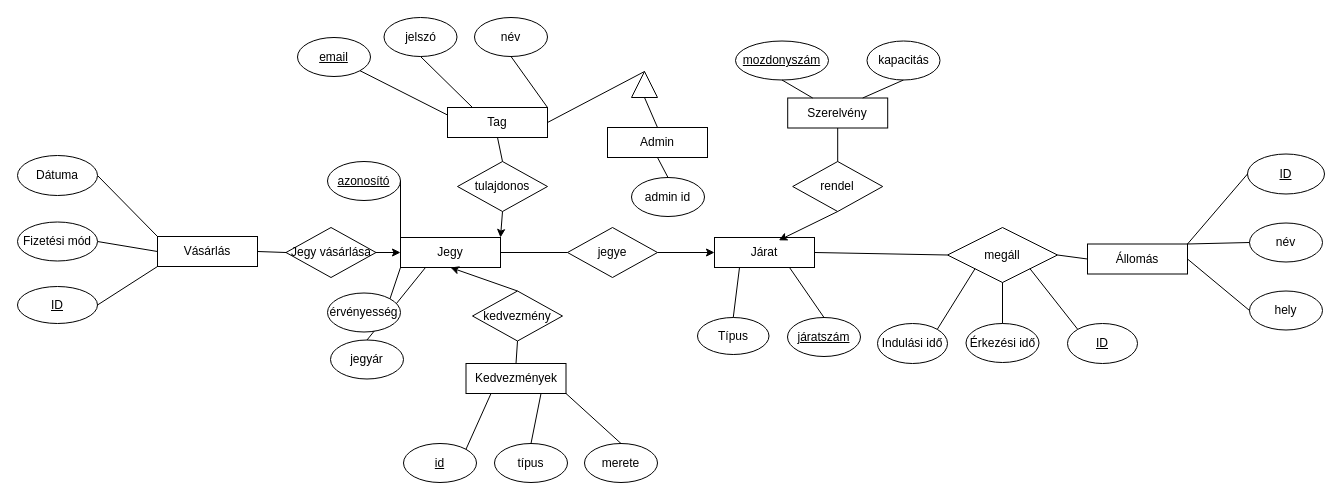
RevMarci/vasutmenetrend keeps this draw.io diagram as dokumentacio/Vasúti_menetrend_ek_diagram.drawio. Above is the earlier version. Source tidied: cells renumbered, new cells numbered last; positions are measured from the earlier drawing's top-left corner, leaving out a move shared by most shapes. Both pictures are drawn from the tidied source at 100%, with x=0, y=0 at pixel (17, 17).
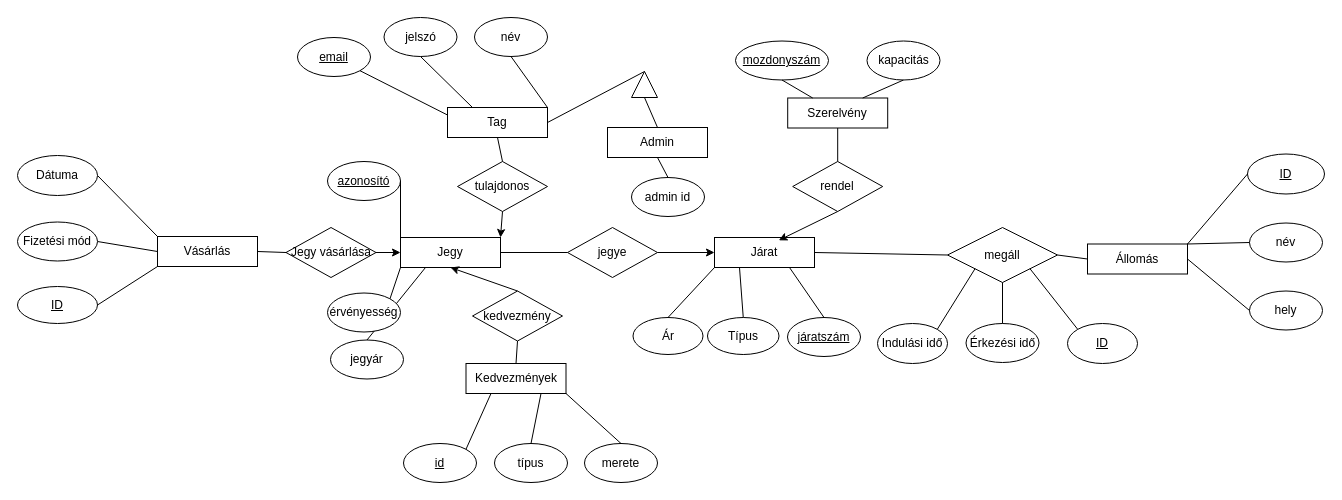
The same diagram, later.

Unchanged cells that the change refers to:
```xml
<mxCell id="12" value="Járat" style="rounded=0;whiteSpace=wrap;html=1;strokeColor=default;align=center;verticalAlign=middle;fontFamily=Helvetica;fontSize=12;fontColor=default;fillColor=default;" parent="1" vertex="1">
  <mxGeometry x="697" y="220" width="100" height="30" as="geometry" />
</mxCell>
```

What changed in the source:
```diff
@@
     <mxCell id="66" value="Típus" style="ellipse;whiteSpace=wrap;html=1;" parent="1" vertex="1">
-      <mxGeometry x="680" y="300" width="71.5" height="37" as="geometry" />
+      <mxGeometry x="690" y="300" width="71.5" height="37" as="geometry" />
     </mxCell>
@@
+    <mxCell id="77" style="rounded=0;jettySize=auto;html=1;exitX=0.5;exitY=0;exitDx=0;exitDy=0;entryX=0;entryY=1;entryDx=0;entryDy=0;endArrow=none;startFill=0;" parent="1" edge="1" source="78" target="12">
+      <mxGeometry relative="1" as="geometry" />
+    </mxCell>
+    <mxCell id="78" value="Ár" style="shape=ellipse;html=1;dashed=0;whiteSpace=wrap;perimeter=ellipsePerimeter;" parent="1" vertex="1">
+      <mxGeometry x="615.5" y="300" width="70" height="37" as="geometry" />
+    </mxCell>
```
